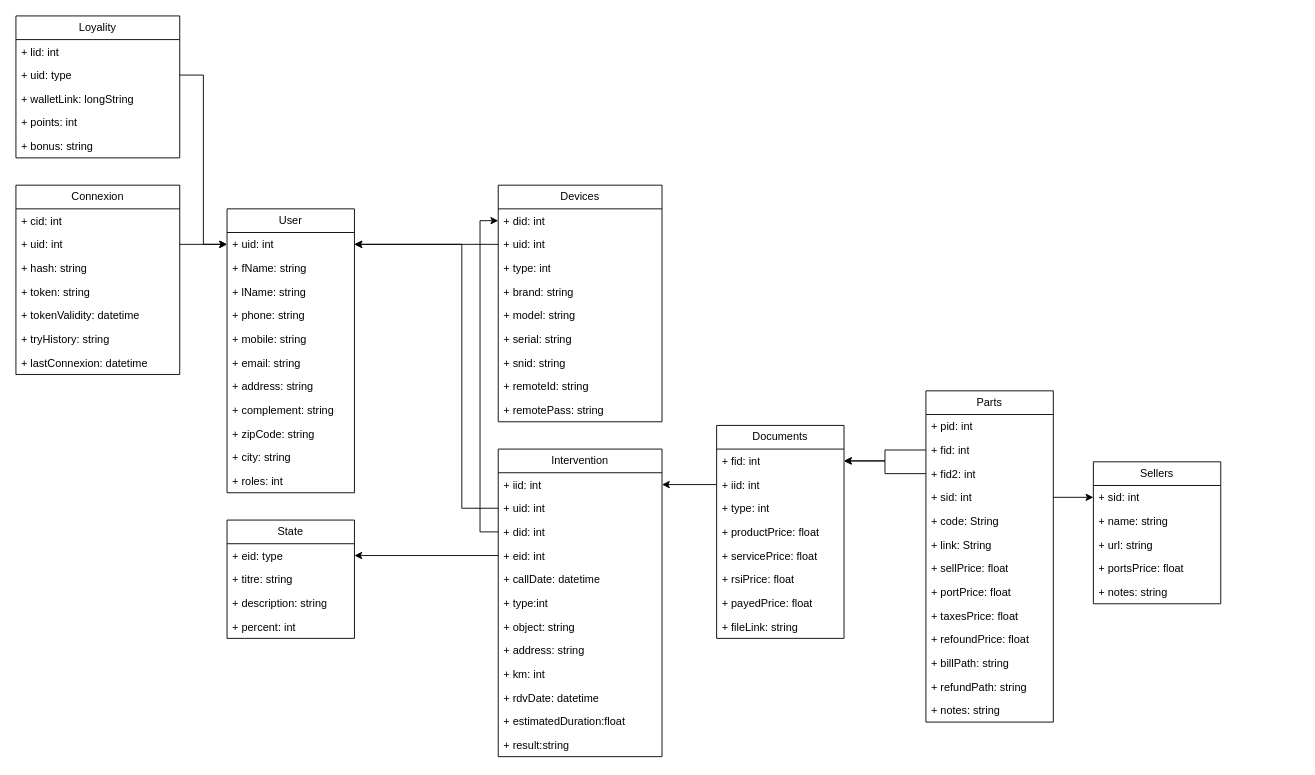
This is Docs/Diagram/BDD.drawio from ROYJohan08/RJI-User.royjohan.fr, a draw.io file, before an edit. Source tidied: cells renumbered, new cells numbered last; positions are measured from the earlier drawing's top-left corner, leaving out a move shared by most shapes. Both pictures are drawn from the tidied source at 91%, with x=0, y=0 at pixel (15, 15).
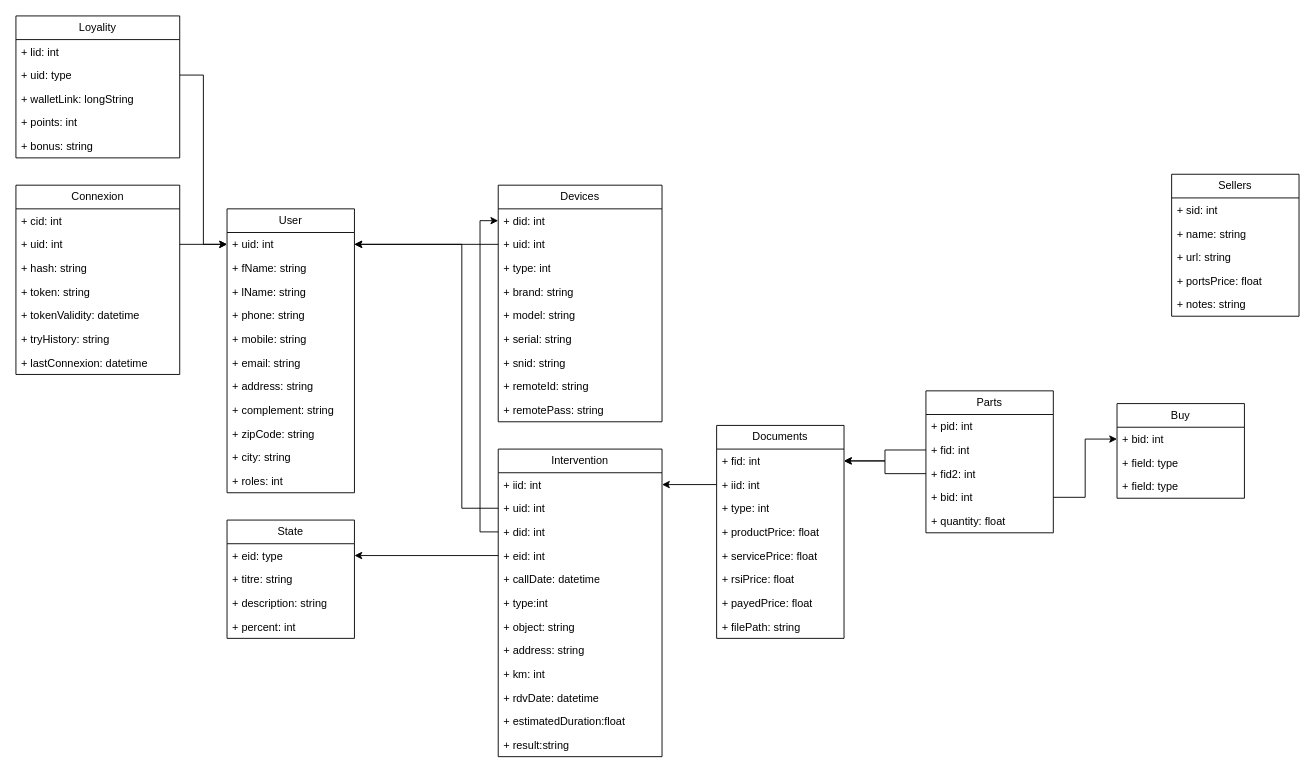
The same diagram, later.

Unchanged cells that the change refers to:
```xml
<mxCell id="54" value="Documents" style="swimlane;fontStyle=0;horizontal=1;startSize=26;fillColor=none;whiteSpace=wrap;html=1;" parent="1" vertex="1">
  <mxGeometry x="770" y="450" width="140" height="234" as="geometry" />
</mxCell>
<mxCell id="81" value="+ sid: int" style="text;strokeColor=none;fillColor=none;align=left;verticalAlign=top;spacingLeft=4;spacingRight=4;overflow=hidden;points=[[0,0.5],[1,0.5]];portConstraint=eastwest;whiteSpace=wrap;html=1;" parent="80" vertex="1">
  <mxGeometry y="26" width="140" height="26" as="geometry" />
</mxCell>
```

The edit, as a diff of the source:
```diff
@@
-    <mxCell id="62" value="+ fileLink: string" style="text;strokeColor=none;fillColor=none;align=left;verticalAlign=top;spacingLeft=4;spacingRight=4;overflow=hidden;whiteSpace=wrap;html=1;" parent="54" vertex="1">
+    <mxCell id="62" value="+ filePath: string" style="text;strokeColor=none;fillColor=none;align=left;verticalAlign=top;spacingLeft=4;spacingRight=4;overflow=hidden;whiteSpace=wrap;html=1;" parent="54" vertex="1">
       <mxGeometry y="208" width="140" height="26" as="geometry" />
     </mxCell>
@@
     <mxCell id="64" value="Parts" style="swimlane;fontStyle=0;horizontal=1;startSize=26;fillColor=none;whiteSpace=wrap;html=1;" parent="1" vertex="1">
-      <mxGeometry x="1000" y="412" width="140" height="364" as="geometry" />
+      <mxGeometry x="1000" y="412" width="140" height="156" as="geometry" />
     </mxCell>
@@
-    <mxCell id="68" value="&lt;div&gt;+ sid: int&lt;/div&gt;" style="text;strokeColor=none;fillColor=none;align=left;verticalAlign=top;spacingLeft=4;spacingRight=4;overflow=hidden;points=[[0,0.5],[1,0.5]];portConstraint=eastwest;whiteSpace=wrap;html=1;" parent="64" vertex="1">
+    <mxCell id="68" value="&lt;div&gt;+ bid: int&lt;/div&gt;" style="text;strokeColor=none;fillColor=none;align=left;verticalAlign=top;spacingLeft=4;spacingRight=4;overflow=hidden;points=[[0,0.5],[1,0.5]];portConstraint=eastwest;whiteSpace=wrap;html=1;" parent="64" vertex="1">
       <mxGeometry y="104" width="140" height="26" as="geometry" />
     </mxCell>
-    <mxCell id="69" value="&lt;div&gt;+ code: String&lt;/div&gt;" style="text;strokeColor=none;fillColor=none;align=left;verticalAlign=top;spacingLeft=4;spacingRight=4;overflow=hidden;whiteSpace=wrap;html=1;" parent="64" vertex="1">
+    <mxCell id="69" value="&lt;div&gt;+ quantity: float&lt;/div&gt;" style="text;strokeColor=none;fillColor=none;align=left;verticalAlign=top;spacingLeft=4;spacingRight=4;overflow=hidden;whiteSpace=wrap;html=1;" parent="64" vertex="1">
       <mxGeometry y="130" width="140" height="26" as="geometry" />
     </mxCell>
-    <mxCell id="70" value="&lt;div&gt;+ link: String&lt;/div&gt;" style="text;strokeColor=none;fillColor=none;align=left;verticalAlign=top;spacingLeft=4;spacingRight=4;overflow=hidden;whiteSpace=wrap;html=1;" parent="64" vertex="1">
-      <mxGeometry y="156" width="140" height="26" as="geometry" />
-    </mxCell>
-    <mxCell id="71" value="&lt;div&gt;+ sellPrice: float&lt;/div&gt;" style="text;strokeColor=none;fillColor=none;align=left;verticalAlign=top;spacingLeft=4;spacingRight=4;overflow=hidden;whiteSpace=wrap;html=1;" parent="64" vertex="1">
-      <mxGeometry y="182" width="140" height="26" as="geometry" />
-    </mxCell>
-    <mxCell id="72" value="&lt;div&gt;+ portPrice: float&lt;/div&gt;" style="text;strokeColor=none;fillColor=none;align=left;verticalAlign=top;spacingLeft=4;spacingRight=4;overflow=hidden;whiteSpace=wrap;html=1;" parent="64" vertex="1">
-      <mxGeometry y="208" width="140" height="26" as="geometry" />
-    </mxCell>
-    <mxCell id="73" value="&lt;div&gt;+ taxesPrice: float&lt;/div&gt;" style="text;strokeColor=none;fillColor=none;align=left;verticalAlign=top;spacingLeft=4;spacingRight=4;overflow=hidden;whiteSpace=wrap;html=1;" parent="64" vertex="1">
-      <mxGeometry y="234" width="140" height="26" as="geometry" />
-    </mxCell>
-    <mxCell id="74" value="&lt;div&gt;+ refoundPrice: float&lt;/div&gt;" style="text;strokeColor=none;fillColor=none;align=left;verticalAlign=top;spacingLeft=4;spacingRight=4;overflow=hidden;whiteSpace=wrap;html=1;" parent="64" vertex="1">
-      <mxGeometry y="260" width="140" height="26" as="geometry" />
-    </mxCell>
-    <mxCell id="75" value="&lt;div&gt;+ billPath: string&lt;/div&gt;" style="text;strokeColor=none;fillColor=none;align=left;verticalAlign=top;spacingLeft=4;spacingRight=4;overflow=hidden;whiteSpace=wrap;html=1;" parent="64" vertex="1">
-      <mxGeometry y="286" width="140" height="26" as="geometry" />
-    </mxCell>
-    <mxCell id="76" value="&lt;div&gt;+ refundPath: string&lt;/div&gt;" style="text;strokeColor=none;fillColor=none;align=left;verticalAlign=top;spacingLeft=4;spacingRight=4;overflow=hidden;whiteSpace=wrap;html=1;" parent="64" vertex="1">
-      <mxGeometry y="312" width="140" height="26" as="geometry" />
-    </mxCell>
-    <mxCell id="77" value="&lt;div&gt;+ notes: string&lt;/div&gt;" style="text;strokeColor=none;fillColor=none;align=left;verticalAlign=top;spacingLeft=4;spacingRight=4;overflow=hidden;whiteSpace=wrap;html=1;" parent="64" vertex="1">
-      <mxGeometry y="338" width="140" height="26" as="geometry" />
-    </mxCell>
@@
     <mxCell id="80" value="Sellers" style="swimlane;fontStyle=0;horizontal=1;startSize=26;fillColor=none;whiteSpace=wrap;html=1;" parent="1" vertex="1">
-      <mxGeometry x="1184" y="490" width="140" height="156" as="geometry" />
+      <mxGeometry x="1270" y="174" width="140" height="156" as="geometry" />
     </mxCell>
@@
-    <mxCell id="86" style="edgeStyle=orthogonalEdgeStyle;rounded=0;jettySize=auto;html=1;" parent="1" edge="1" source="68" target="81">
-      <mxGeometry relative="1" as="geometry" />
-    </mxCell>
@@
+    <mxCell id="95" value="Buy" style="swimlane;fontStyle=0;horizontal=1;startSize=26;fillColor=none;whiteSpace=wrap;html=1;" parent="1" vertex="1">
+      <mxGeometry x="1210" y="426" width="140" height="104" as="geometry" />
+    </mxCell>
+    <mxCell id="96" value="+ bid: int" style="text;strokeColor=none;fillColor=none;align=left;verticalAlign=top;spacingLeft=4;spacingRight=4;overflow=hidden;points=[[0,0.5],[1,0.5]];portConstraint=eastwest;whiteSpace=wrap;html=1;" parent="95" vertex="1">
+      <mxGeometry y="26" width="140" height="26" as="geometry" />
+    </mxCell>
+    <mxCell id="97" value="+ field: type" style="text;strokeColor=none;fillColor=none;align=left;verticalAlign=top;spacingLeft=4;spacingRight=4;overflow=hidden;whiteSpace=wrap;html=1;" parent="95" vertex="1">
+      <mxGeometry y="52" width="140" height="26" as="geometry" />
+    </mxCell>
+    <mxCell id="98" value="+ field: type" style="text;strokeColor=none;fillColor=none;align=left;verticalAlign=top;spacingLeft=4;spacingRight=4;overflow=hidden;whiteSpace=wrap;html=1;" parent="95" vertex="1">
+      <mxGeometry y="78" width="140" height="26" as="geometry" />
+    </mxCell>
+    <mxCell id="99" style="edgeStyle=orthogonalEdgeStyle;rounded=0;jettySize=auto;html=1;" parent="1" edge="1" source="68" target="96">
+      <mxGeometry relative="1" as="geometry" />
+    </mxCell>
```
